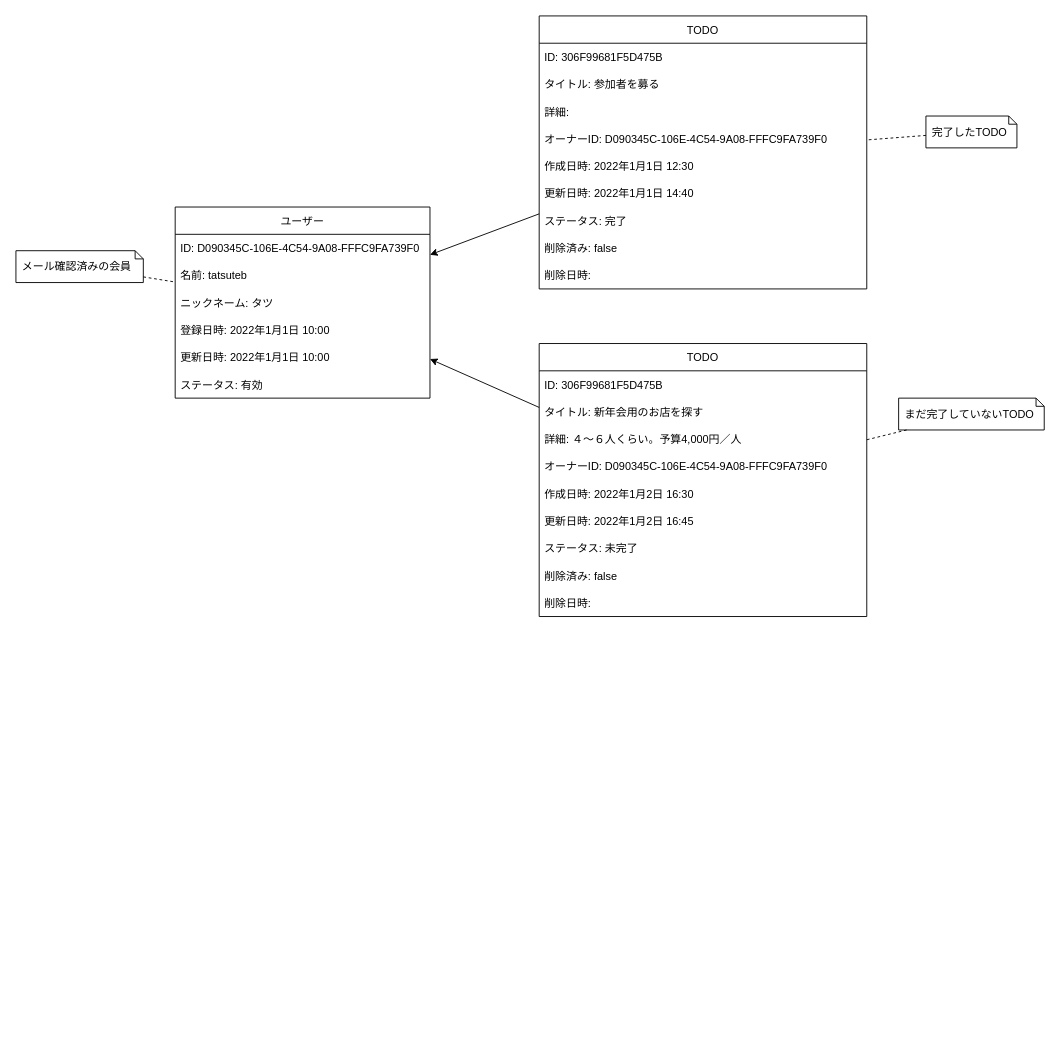
The draw.io diagram page "オブジェクト図" (3 of 5) of docs/ToDo管理システム.drawio in tatsuteb/todo-management-system, before the edit. Source tidied: cells renumbered, new cells numbered last; positions are measured from the earlier drawing's top-left corner, leaving out a move shared by most shapes. Both pictures are drawn from the tidied source at 91%, with x=0, y=0 at pixel (15, 15).
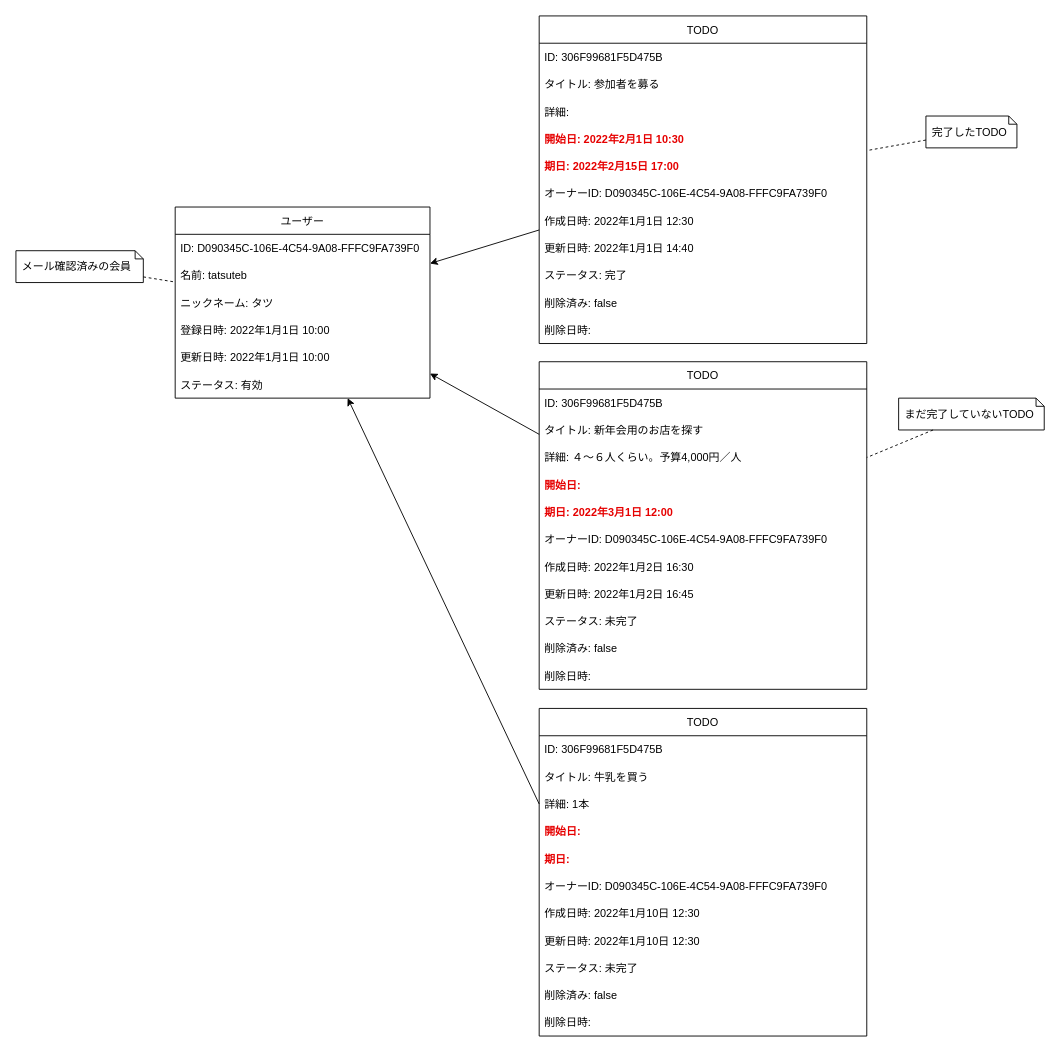
The same page after the edit.

The change refers to these unchanged cells:
```xml
<mxCell id="2" value="ユーザー" style="swimlane;fontStyle=0;horizontal=1;startSize=30;fillColor=none;" parent="1" vertex="1">
  <mxGeometry x="175" y="210" width="280" height="210" as="geometry" />
</mxCell>
```

What changed in the source:
```diff
@@
     <mxCell id="10" value="TODO" style="swimlane;fontStyle=0;horizontal=1;startSize=30;fillColor=none;" parent="1" vertex="1">
-      <mxGeometry x="575" y="360" width="360" height="300" as="geometry" />
+      <mxGeometry x="575" y="380" width="360" height="360" as="geometry" />
     </mxCell>
@@
+    <mxCell id="37" value="開始日:" style="text;strokeColor=none;fillColor=none;align=left;verticalAlign=middle;spacingLeft=4;spacingRight=4;overflow=hidden;fontColor=#E60000;fontStyle=1;" parent="10" vertex="1">
+      <mxGeometry y="120" width="360" height="30" as="geometry" />
+    </mxCell>
+    <mxCell id="38" value="期日: 2022年3月1日 12:00" style="text;strokeColor=none;fillColor=none;align=left;verticalAlign=middle;spacingLeft=4;spacingRight=4;overflow=hidden;fontColor=#E60000;fontStyle=1;" parent="10" vertex="1">
+      <mxGeometry y="150" width="360" height="30" as="geometry" />
+    </mxCell>
     <mxCell id="14" value="オーナーID: D090345C-106E-4C54-9A08-FFFC9FA739F0" style="text;strokeColor=none;fillColor=none;align=left;verticalAlign=middle;spacingLeft=4;spacingRight=4;overflow=hidden;" parent="10" vertex="1">
-      <mxGeometry y="120" width="360" height="30" as="geometry" />
+      <mxGeometry y="180" width="360" height="30" as="geometry" />
     </mxCell>
     <mxCell id="15" value="作成日時: 2022年1月2日 16:30" style="text;strokeColor=none;fillColor=none;align=left;verticalAlign=middle;spacingLeft=4;spacingRight=4;overflow=hidden;" parent="10" vertex="1">
-      <mxGeometry y="150" width="360" height="30" as="geometry" />
+      <mxGeometry y="210" width="360" height="30" as="geometry" />
     </mxCell>
     <mxCell id="16" value="更新日時: 2022年1月2日 16:45" style="text;strokeColor=none;fillColor=none;align=left;verticalAlign=middle;spacingLeft=4;spacingRight=4;overflow=hidden;" parent="10" vertex="1">
-      <mxGeometry y="180" width="360" height="30" as="geometry" />
+      <mxGeometry y="240" width="360" height="30" as="geometry" />
     </mxCell>
     <mxCell id="17" value="ステータス: 未完了" style="text;strokeColor=none;fillColor=none;align=left;verticalAlign=middle;spacingLeft=4;spacingRight=4;overflow=hidden;" parent="10" vertex="1">
-      <mxGeometry y="210" width="360" height="30" as="geometry" />
+      <mxGeometry y="270" width="360" height="30" as="geometry" />
     </mxCell>
     <mxCell id="18" value="削除済み: false" style="text;strokeColor=none;fillColor=none;align=left;verticalAlign=middle;spacingLeft=4;spacingRight=4;overflow=hidden;" parent="10" vertex="1">
-      <mxGeometry y="240" width="360" height="30" as="geometry" />
+      <mxGeometry y="300" width="360" height="30" as="geometry" />
     </mxCell>
     <mxCell id="19" value="削除日時:" style="text;strokeColor=none;fillColor=none;align=left;verticalAlign=middle;spacingLeft=4;spacingRight=4;overflow=hidden;" parent="10" vertex="1">
-      <mxGeometry y="270" width="360" height="30" as="geometry" />
+      <mxGeometry y="330" width="360" height="30" as="geometry" />
     </mxCell>
@@
     <mxCell id="25" value="TODO" style="swimlane;fontStyle=0;horizontal=1;startSize=30;fillColor=none;" parent="1" vertex="1">
-      <mxGeometry x="575" width="360" height="300" as="geometry" />
+      <mxGeometry x="575" width="360" height="360" as="geometry" />
     </mxCell>
@@
+    <mxCell id="39" value="開始日: 2022年2月1日 10:30" style="text;align=left;verticalAlign=middle;spacingLeft=4;spacingRight=4;overflow=hidden;fontColor=#E60000;fontStyle=1;" parent="25" vertex="1">
+      <mxGeometry y="120" width="360" height="30" as="geometry" />
+    </mxCell>
+    <mxCell id="40" value="期日: 2022年2月15日 17:00" style="text;align=left;verticalAlign=middle;spacingLeft=4;spacingRight=4;overflow=hidden;fontColor=#E60000;fontStyle=1;" parent="25" vertex="1">
+      <mxGeometry y="150" width="360" height="30" as="geometry" />
+    </mxCell>
     <mxCell id="29" value="オーナーID: D090345C-106E-4C54-9A08-FFFC9FA739F0" style="text;strokeColor=none;fillColor=none;align=left;verticalAlign=middle;spacingLeft=4;spacingRight=4;overflow=hidden;" parent="25" vertex="1">
-      <mxGeometry y="120" width="360" height="30" as="geometry" />
+      <mxGeometry y="180" width="360" height="30" as="geometry" />
     </mxCell>
     <mxCell id="30" value="作成日時: 2022年1月1日 12:30" style="text;strokeColor=none;fillColor=none;align=left;verticalAlign=middle;spacingLeft=4;spacingRight=4;overflow=hidden;" parent="25" vertex="1">
-      <mxGeometry y="150" width="360" height="30" as="geometry" />
+      <mxGeometry y="210" width="360" height="30" as="geometry" />
     </mxCell>
     <mxCell id="31" value="更新日時: 2022年1月1日 14:40" style="text;strokeColor=none;fillColor=none;align=left;verticalAlign=middle;spacingLeft=4;spacingRight=4;overflow=hidden;" parent="25" vertex="1">
-      <mxGeometry y="180" width="360" height="30" as="geometry" />
+      <mxGeometry y="240" width="360" height="30" as="geometry" />
     </mxCell>
     <mxCell id="32" value="ステータス: 完了" style="text;strokeColor=none;fillColor=none;align=left;verticalAlign=middle;spacingLeft=4;spacingRight=4;overflow=hidden;" parent="25" vertex="1">
-      <mxGeometry y="210" width="360" height="30" as="geometry" />
+      <mxGeometry y="270" width="360" height="30" as="geometry" />
     </mxCell>
     <mxCell id="33" value="削除済み: false" style="text;strokeColor=none;fillColor=none;align=left;verticalAlign=middle;spacingLeft=4;spacingRight=4;overflow=hidden;" parent="25" vertex="1">
-      <mxGeometry y="240" width="360" height="30" as="geometry" />
+      <mxGeometry y="300" width="360" height="30" as="geometry" />
     </mxCell>
     <mxCell id="34" value="削除日時:" style="text;strokeColor=none;fillColor=none;align=left;verticalAlign=middle;spacingLeft=4;spacingRight=4;overflow=hidden;" parent="25" vertex="1">
-      <mxGeometry y="270" width="360" height="30" as="geometry" />
+      <mxGeometry y="330" width="360" height="30" as="geometry" />
     </mxCell>
@@
+    <mxCell id="41" style="edgeStyle=none;rounded=0;jettySize=auto;html=1;exitX=0;exitY=0.5;exitDx=0;exitDy=0;" parent="1" edge="1" source="45" target="2">
+      <mxGeometry relative="1" as="geometry" />
+    </mxCell>
+    <mxCell id="42" value="TODO" style="swimlane;fontStyle=0;horizontal=1;startSize=30;fillColor=none;" parent="1" vertex="1">
+      <mxGeometry x="575" y="761" width="360" height="360" as="geometry" />
+    </mxCell>
+    <mxCell id="43" value="ID: 306F99681F5D475B" style="text;strokeColor=none;fillColor=none;align=left;verticalAlign=middle;spacingLeft=4;spacingRight=4;overflow=hidden;" parent="42" vertex="1">
+      <mxGeometry y="30" width="360" height="30" as="geometry" />
+    </mxCell>
+    <mxCell id="44" value="タイトル: 牛乳を買う" style="text;strokeColor=none;fillColor=none;align=left;verticalAlign=middle;spacingLeft=4;spacingRight=4;overflow=hidden;" parent="42" vertex="1">
+      <mxGeometry y="60" width="360" height="30" as="geometry" />
+    </mxCell>
+    <mxCell id="45" value="詳細: 1本" style="text;strokeColor=none;fillColor=none;align=left;verticalAlign=middle;spacingLeft=4;spacingRight=4;overflow=hidden;points=[[0,0.5],[1,0.5]];portConstraint=eastwest;" parent="42" vertex="1">
+      <mxGeometry y="90" width="360" height="30" as="geometry" />
+    </mxCell>
+    <mxCell id="46" value="開始日:" style="text;strokeColor=none;fillColor=none;align=left;verticalAlign=middle;spacingLeft=4;spacingRight=4;overflow=hidden;fontColor=#E60000;fontStyle=1;" parent="42" vertex="1">
+      <mxGeometry y="120" width="360" height="30" as="geometry" />
+    </mxCell>
+    <mxCell id="47" value="期日: " style="text;strokeColor=none;fillColor=none;align=left;verticalAlign=middle;spacingLeft=4;spacingRight=4;overflow=hidden;fontColor=#E60000;fontStyle=1;" parent="42" vertex="1">
+      <mxGeometry y="150" width="360" height="30" as="geometry" />
+    </mxCell>
+    <mxCell id="48" value="オーナーID: D090345C-106E-4C54-9A08-FFFC9FA739F0" style="text;strokeColor=none;fillColor=none;align=left;verticalAlign=middle;spacingLeft=4;spacingRight=4;overflow=hidden;" parent="42" vertex="1">
+      <mxGeometry y="180" width="360" height="30" as="geometry" />
+    </mxCell>
+    <mxCell id="49" value="作成日時: 2022年1月10日 12:30" style="text;strokeColor=none;fillColor=none;align=left;verticalAlign=middle;spacingLeft=4;spacingRight=4;overflow=hidden;" parent="42" vertex="1">
+      <mxGeometry y="210" width="360" height="30" as="geometry" />
+    </mxCell>
+    <mxCell id="50" value="更新日時: 2022年1月10日 12:30" style="text;strokeColor=none;fillColor=none;align=left;verticalAlign=middle;spacingLeft=4;spacingRight=4;overflow=hidden;" parent="42" vertex="1">
+      <mxGeometry y="240" width="360" height="30" as="geometry" />
+    </mxCell>
+    <mxCell id="51" value="ステータス: 未完了" style="text;strokeColor=none;fillColor=none;align=left;verticalAlign=middle;spacingLeft=4;spacingRight=4;overflow=hidden;" parent="42" vertex="1">
+      <mxGeometry y="270" width="360" height="30" as="geometry" />
+    </mxCell>
+    <mxCell id="52" value="削除済み: false" style="text;strokeColor=none;fillColor=none;align=left;verticalAlign=middle;spacingLeft=4;spacingRight=4;overflow=hidden;" parent="42" vertex="1">
+      <mxGeometry y="300" width="360" height="30" as="geometry" />
+    </mxCell>
+    <mxCell id="53" value="削除日時:" style="text;strokeColor=none;fillColor=none;align=left;verticalAlign=middle;spacingLeft=4;spacingRight=4;overflow=hidden;" parent="42" vertex="1">
+      <mxGeometry y="330" width="360" height="30" as="geometry" />
+    </mxCell>
```
